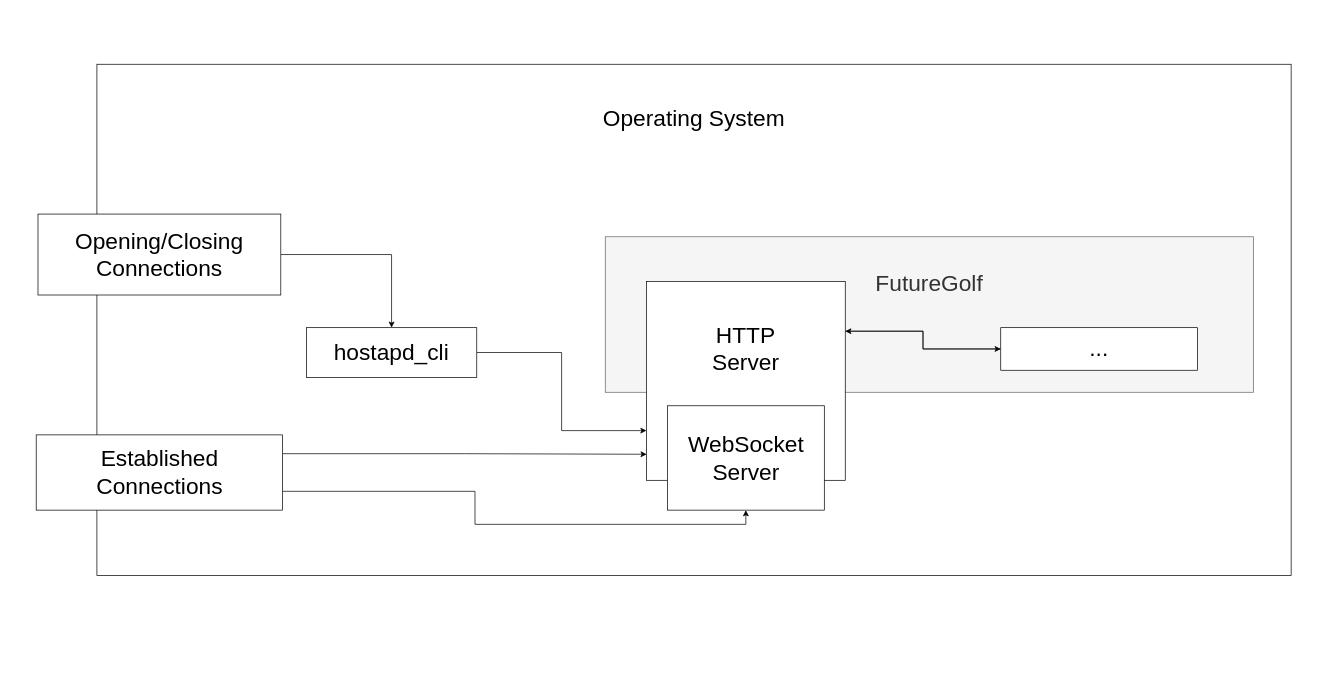
manix/draw.io keeps this draw.io diagram as golf/SimpleBlock.drawio. Above is the earlier version. Source tidied: cells renumbered, new cells numbered last; positions are measured from the earlier drawing's top-left corner, leaving out a move shared by most shapes. Both pictures are drawn from the tidied source at 71%, with x=0, y=0 at pixel (36, 64).
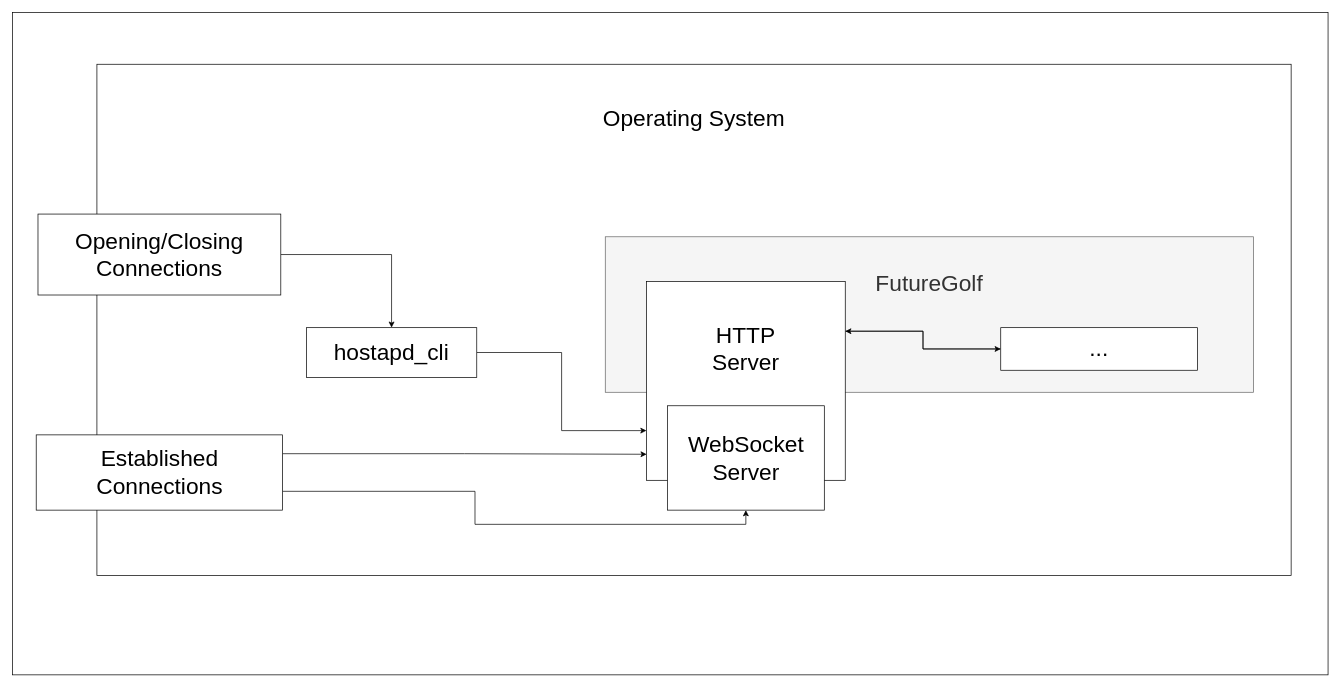
The same page after the edit.

The edit, as a diff of the source:
```diff
@@
 <mxGraphModel>
   <root>
     <mxCell id="0" />
     <mxCell id="1" parent="0" />
+    <mxCell id="16" style="rounded=0;whiteSpace=wrap;html=1;" parent="1" vertex="1">
+      <mxGeometry x="-34" y="-73" width="1853" height="933" as="geometry" />
+    </mxCell>
     <mxCell id="2" value="Operating System" style="rounded=0;whiteSpace=wrap;html=1;fontFamily=Ubuntu;fontSize=32;align=center;verticalAlign=top;spacingTop=50;" parent="1" vertex="1">
       <mxGeometry x="85" width="1682" height="720" as="geometry" />
     </mxCell>
     <mxCell id="3" value="&lt;div&gt;FutureGolf&lt;/div&gt;" style="rounded=0;whiteSpace=wrap;html=1;fontFamily=Ubuntu;fontSize=32;align=center;verticalAlign=top;spacingTop=40;fillColor=#f5f5f5;strokeColor=#666666;fontColor=#333333;" parent="1" vertex="1">
       <mxGeometry x="801" y="243" width="913" height="219" as="geometry" />
     </mxCell>
     <mxCell id="4" style="edgeStyle=orthogonalEdgeStyle;rounded=0;jettySize=auto;html=1;exitX=1;exitY=0.25;exitDx=0;exitDy=0;fontFamily=Ubuntu;fontSize=32;" parent="1" edge="1" source="5" target="12">
       <mxGeometry relative="1" as="geometry" />
     </mxCell>
     <mxCell id="5" value="&lt;div style=&quot;font-size: 32px&quot;&gt;&lt;font&gt;HTTP&lt;/font&gt;&lt;/div&gt;&lt;div style=&quot;font-size: 32px&quot;&gt;&lt;font&gt;Server&lt;/font&gt;&lt;/div&gt;" style="rounded=0;whiteSpace=wrap;html=1;verticalAlign=top;align=center;spacingLeft=0;spacingTop=50;fontSize=32;fontFamily=Ubuntu;FType=g;" parent="1" vertex="1">
       <mxGeometry x="859" y="306" width="280" height="280" as="geometry" />
     </mxCell>
     <mxCell id="6" value="&lt;div&gt;WebSocket&lt;/div&gt;&lt;div&gt;Server&lt;br&gt;&lt;/div&gt;" style="rounded=0;whiteSpace=wrap;html=1;fontFamily=Ubuntu;fontSize=32;align=center;" parent="1" vertex="1">
       <mxGeometry x="888.5" y="481" width="221" height="147" as="geometry" />
     </mxCell>
     <mxCell id="7" style="edgeStyle=orthogonalEdgeStyle;rounded=0;jettySize=auto;html=1;fontFamily=Ubuntu;fontSize=32;entryX=0;entryY=0.75;entryDx=0;entryDy=0;" parent="1" edge="1" source="8" target="5">
       <mxGeometry relative="1" as="geometry" />
     </mxCell>
     <mxCell id="8" value="hostapd_cli" style="rounded=0;whiteSpace=wrap;html=1;fontFamily=Ubuntu;fontSize=32;align=center;" parent="1" vertex="1">
       <mxGeometry x="380" y="371" width="240" height="70" as="geometry" />
     </mxCell>
     <mxCell id="9" style="edgeStyle=orthogonalEdgeStyle;rounded=0;jettySize=auto;html=1;exitX=1;exitY=0.5;exitDx=0;exitDy=0;fontFamily=Ubuntu;fontSize=32;" parent="1" edge="1" source="10" target="8">
       <mxGeometry relative="1" as="geometry" />
     </mxCell>
     <mxCell id="10" value="&lt;div&gt;Opening/Closing&lt;/div&gt;&lt;div&gt;Connections&lt;br&gt;&lt;/div&gt;" style="rounded=0;whiteSpace=wrap;html=1;fontFamily=Ubuntu;fontSize=32;align=center;" parent="1" vertex="1">
       <mxGeometry x="2" y="211" width="342" height="114" as="geometry" />
     </mxCell>
     <mxCell id="11" style="edgeStyle=orthogonalEdgeStyle;rounded=0;jettySize=auto;html=1;exitX=0;exitY=0.5;exitDx=0;exitDy=0;entryX=1;entryY=0.25;entryDx=0;entryDy=0;fontFamily=Ubuntu;fontSize=32;" parent="1" edge="1" source="12" target="5">
       <mxGeometry relative="1" as="geometry" />
     </mxCell>
     <mxCell id="12" value="..." style="rounded=0;whiteSpace=wrap;html=1;fontFamily=Ubuntu;fontSize=32;align=center;" parent="1" vertex="1">
       <mxGeometry x="1358" y="371" width="277" height="60" as="geometry" />
     </mxCell>
     <mxCell id="13" style="edgeStyle=orthogonalEdgeStyle;rounded=0;jettySize=auto;html=1;exitX=1;exitY=0.25;exitDx=0;exitDy=0;entryX=0.001;entryY=0.869;entryDx=0;entryDy=0;entryPerimeter=0;fontFamily=Ubuntu;fontSize=32;" parent="1" edge="1" source="15" target="5">
       <mxGeometry relative="1" as="geometry" />
     </mxCell>
     <mxCell id="14" style="edgeStyle=orthogonalEdgeStyle;rounded=0;jettySize=auto;html=1;exitX=1;exitY=0.75;exitDx=0;exitDy=0;entryX=0.5;entryY=1;entryDx=0;entryDy=0;fontFamily=Ubuntu;fontSize=32;" parent="1" edge="1" source="15" target="6">
       <mxGeometry relative="1" as="geometry" />
     </mxCell>
     <mxCell id="15" value="&lt;div&gt;Established&lt;/div&gt;&lt;div&gt;Connections&lt;/div&gt;" style="rounded=0;whiteSpace=wrap;html=1;fontFamily=Ubuntu;fontSize=32;align=center;" parent="1" vertex="1">
       <mxGeometry x="-0.5" y="522" width="347" height="106" as="geometry" />
     </mxCell>
   </root>
 </mxGraphModel>
```
